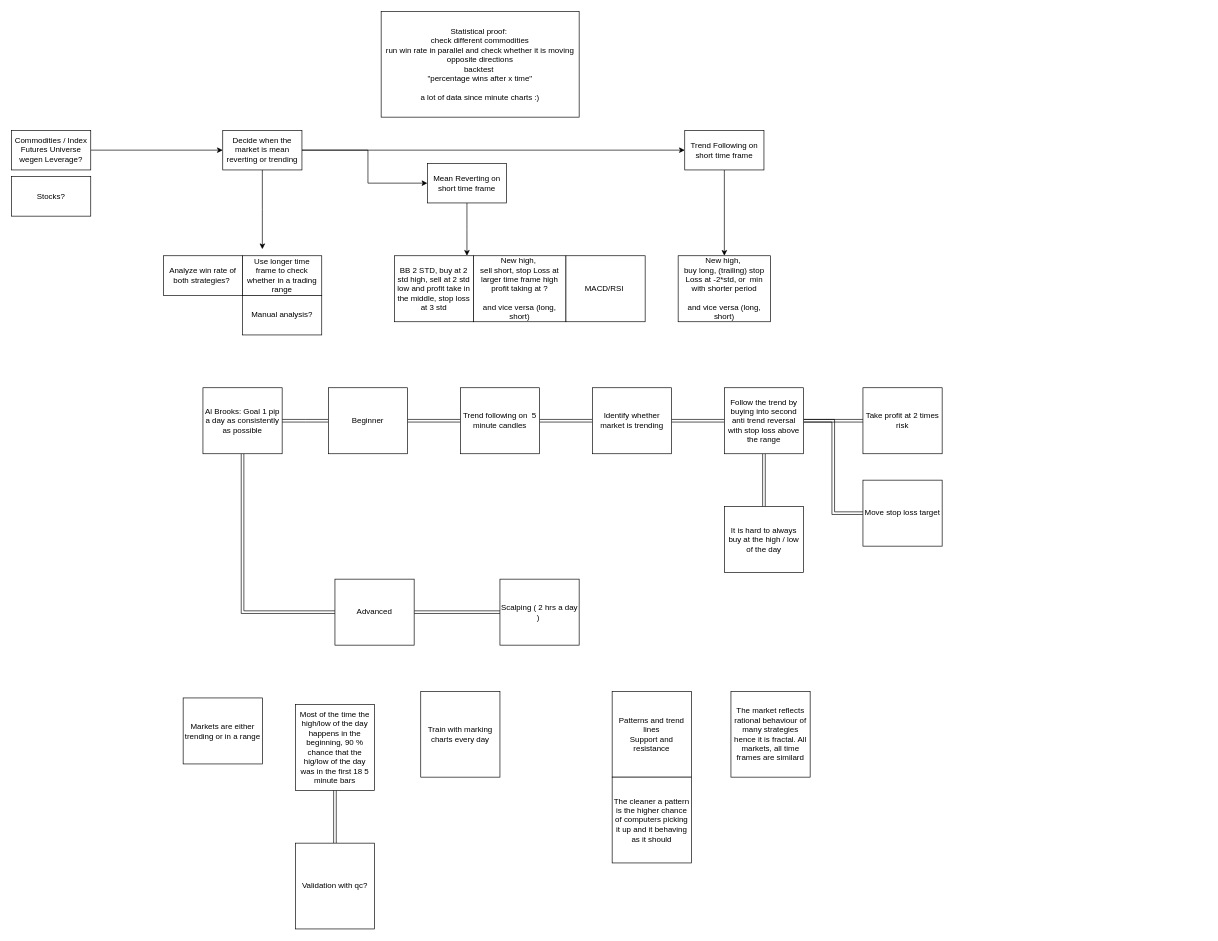
The draw.io diagram page "TF/MR on short time frame" (1 of 4) of TradingKonzepteFlowchart.drawio in jensakut/ibFuturesTrendFollowing, before the edit. Source tidied: cells renumbered, new cells numbered last; positions are measured from the earlier drawing's top-left corner, leaving out a move shared by most shapes. Both pictures are drawn from the tidied source at 66%, with x=0, y=0 at pixel (11, 11).
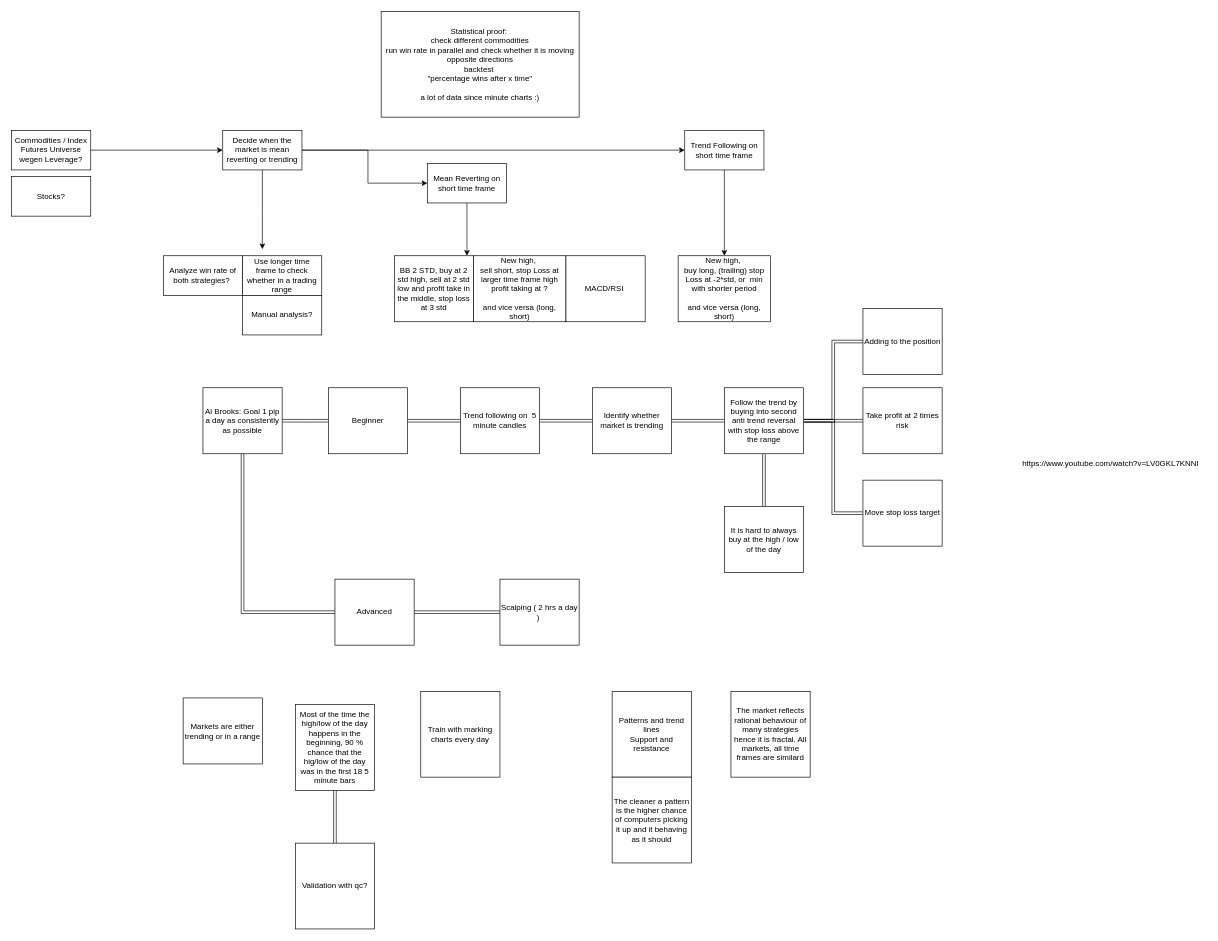
Above is the later version.

The change refers to these unchanged cells:
```xml
<mxCell id="42" value="Follow the trend by buying into second anti trend reversal with stop loss above the range" style="whiteSpace=wrap;html=1;rounded=0;" parent="1" vertex="1">
  <mxGeometry x="1080" y="570" width="120" height="100" as="geometry" />
</mxCell>
```

The edit, as a diff of the source:
```diff
@@
+    <mxCell id="48" style="edgeStyle=orthogonalEdgeStyle;shape=link;rounded=0;jettySize=auto;html=1;entryX=0;entryY=0.5;entryDx=0;entryDy=0;" parent="1" edge="1" source="42" target="49">
+      <mxGeometry relative="1" as="geometry" />
+    </mxCell>
@@
+    <mxCell id="49" value="Adding to the position" style="whiteSpace=wrap;html=1;rounded=0;" parent="1" vertex="1">
+      <mxGeometry x="1290" y="450" width="120" height="100" as="geometry" />
+    </mxCell>
+    <mxCell id="50" value="https://www.youtube.com/watch?v=LV0GKL7KNNI" style="text;html=1;align=center;verticalAlign=middle;strokeColor=none;fillColor=none;" parent="1" vertex="1">
+      <mxGeometry x="1520" y="670" width="290" height="30" as="geometry" />
+    </mxCell>
```
